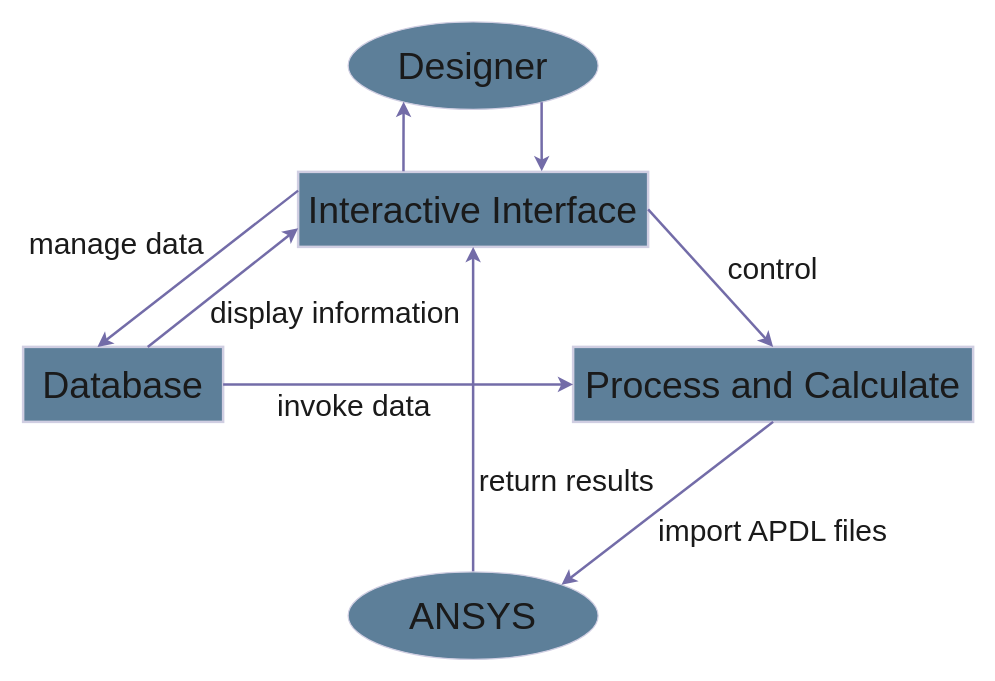
Earlier version of the draw.io diagram page "第 4 页" (4 of 5) of Graduation Design.drawio (Destiny-LB/draw.io). Source tidied: cells renumbered, new cells numbered last; positions are measured from the earlier drawing's top-left corner, leaving out a move shared by most shapes. Both pictures are drawn from the tidied source at 125%, with x=0, y=0 at pixel (22, 21).
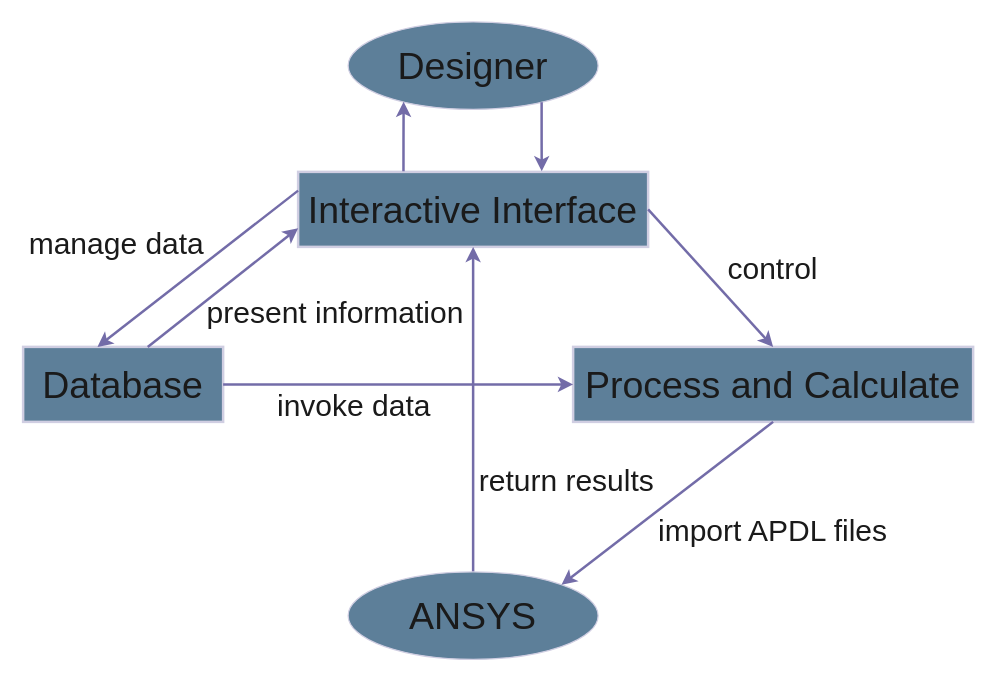
The same diagram, later.

What changed in the source:
```diff
@@
-    <mxCell id="7" value="&lt;font style=&quot;font-size: 24px;&quot;&gt;display information&lt;/font&gt;" style="text;html=1;strokeColor=none;fillColor=none;align=center;verticalAlign=middle;whiteSpace=wrap;rounded=0;fontSize=30;labelBackgroundColor=none;fontColor=#1A1A1A;" parent="1" vertex="1">
+    <mxCell id="7" value="&lt;font style=&quot;font-size: 24px;&quot;&gt;present information&lt;/font&gt;" style="text;html=1;strokeColor=none;fillColor=none;align=center;verticalAlign=middle;whiteSpace=wrap;rounded=0;fontSize=30;labelBackgroundColor=none;fontColor=#1A1A1A;" parent="1" vertex="1">
       <mxGeometry x="140" y="210" width="220" height="40" as="geometry" />
     </mxCell>
```
